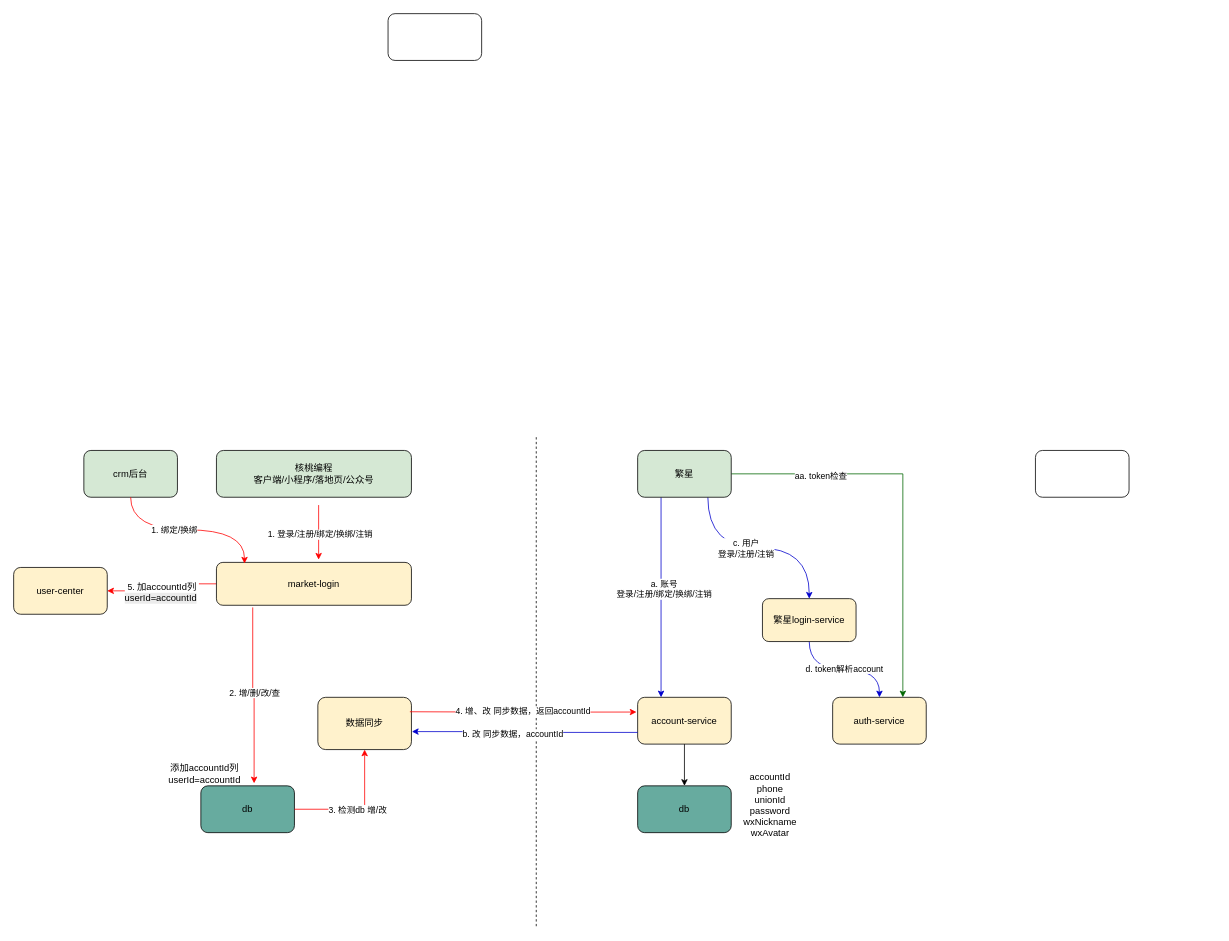
xiell2016/hetaoDesign keeps this draw.io diagram as 账号重构.drawio. Above is the earlier version. Source tidied: cells renumbered, new cells numbered last; positions are measured from the earlier drawing's top-left corner, leaving out a move shared by most shapes. Both pictures are drawn from the tidied source at 78%, with x=0, y=0 at pixel (13, 13).
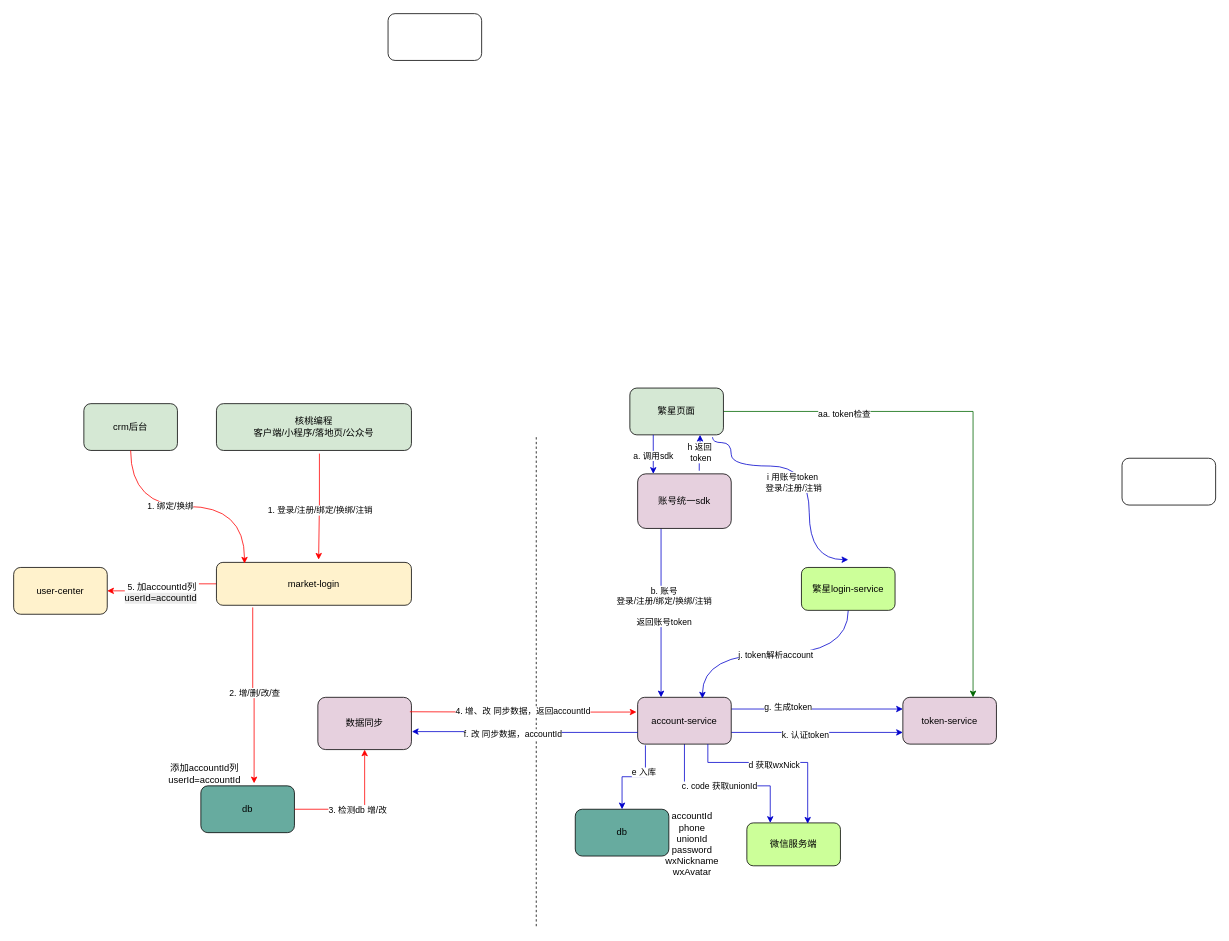
Above is the later version.

Commit message:
更新账号重构.drawio

Unchanged cells that the change refers to:
```xml
<mxCell id="36" style="edgeStyle=orthogonalEdgeStyle;rounded=0;jettySize=auto;html=1;exitX=0;exitY=0.75;exitDx=0;exitDy=0;entryX=1.005;entryY=0.656;entryDx=0;entryDy=0;entryPerimeter=0;strokeColor=#0000CC;" parent="1" edge="1" source="20" target="21">
  <mxGeometry relative="1" as="geometry" />
</mxCell>
```

Change to the diagram source:
```diff
@@
-    <mxCell id="4" style="edgeStyle=orthogonalEdgeStyle;rounded=0;orthogonalLoop=1;jettySize=auto;html=1;fillColor=#FF0000;strokeColor=#FF0000;" parent="1" edge="1">
+    <mxCell id="4" style="edgeStyle=orthogonalEdgeStyle;rounded=0;jettySize=auto;html=1;fillColor=#FF0000;strokeColor=#FF0000;exitX=0.528;exitY=1.067;exitDx=0;exitDy=0;exitPerimeter=0;" parent="1" edge="1" source="6">
       <mxGeometry relative="1" as="geometry">
-        <mxPoint x="391" y="630" as="sourcePoint" />
         <mxPoint x="391" y="700" as="targetPoint" />
       </mxGeometry>
     </mxCell>
@@
     <mxCell id="6" value="&lt;div&gt;核桃编程&lt;/div&gt;客户端/小程序/落地页/公众号" style="rounded=1;whiteSpace=wrap;html=1;fillColor=#D5E8D4;" parent="1" vertex="1">
-      <mxGeometry x="260" y="560" width="250" height="60" as="geometry" />
+      <mxGeometry x="260" y="500" width="250" height="60" as="geometry" />
     </mxCell>
@@
     <mxCell id="8" value="db" style="rounded=1;whiteSpace=wrap;html=1;fillColor=#67AB9F;" parent="1" vertex="1">
-      <mxGeometry x="800" y="990" width="120" height="60" as="geometry" />
+      <mxGeometry x="720" y="1020" width="120" height="60" as="geometry" />
     </mxCell>
-    <mxCell id="9" style="edgeStyle=orthogonalEdgeStyle;rounded=0;jettySize=auto;html=1;exitX=0.25;exitY=1;exitDx=0;exitDy=0;entryX=0.25;entryY=0;entryDx=0;entryDy=0;strokeColor=#0000CC;" parent="1" edge="1" source="15" target="20">
+    <mxCell id="9" style="edgeStyle=orthogonalEdgeStyle;rounded=0;jettySize=auto;html=1;entryX=0.25;entryY=0;entryDx=0;entryDy=0;strokeColor=#0000CC;exitX=0.25;exitY=1;exitDx=0;exitDy=0;" parent="1" edge="1" source="15" target="20">
       <mxGeometry relative="1" as="geometry" />
     </mxCell>
-    <mxCell id="10" value="a. 账号&lt;div&gt;登录/注册/绑定/换绑/注销&lt;/div&gt;" style="edgeLabel;html=1;align=center;verticalAlign=middle;" parent="9" vertex="1">
+    <mxCell id="10" value="b. 账号&lt;div&gt;登录/注册/绑定/换绑/注销&lt;/div&gt;&lt;div&gt;&lt;br&gt;&lt;/div&gt;&lt;div&gt;返回账号token&lt;/div&gt;" style="edgeLabel;html=1;align=center;verticalAlign=middle;" parent="9" vertex="1">
       <mxGeometry x="-0.09" y="3" relative="1" as="geometry" />
     </mxCell>
-    <mxCell id="11" style="edgeStyle=orthogonalEdgeStyle;rounded=0;jettySize=auto;html=1;exitX=0.75;exitY=1;exitDx=0;exitDy=0;entryX=0.5;entryY=0;entryDx=0;entryDy=0;curved=1;strokeColor=#0000CC;" parent="1" edge="1" source="15" target="29">
-      <mxGeometry relative="1" as="geometry" />
+    <mxCell id="11" style="edgeStyle=orthogonalEdgeStyle;rounded=0;jettySize=auto;html=1;curved=1;strokeColor=#0000CC;exitX=0.883;exitY=1.05;exitDx=0;exitDy=0;exitPerimeter=0;" parent="1" edge="1" source="48">
+      <mxGeometry relative="1" as="geometry">
+        <mxPoint x="1070" y="700" as="targetPoint" />
+        <Array as="points">
+          <mxPoint x="896" y="550" />
+          <mxPoint x="920" y="550" />
+          <mxPoint x="920" y="580" />
+          <mxPoint x="1020" y="580" />
+        </Array>
+      </mxGeometry>
     </mxCell>
-    <mxCell id="12" value="c. 用户&lt;div&gt;登录/注册/注销&lt;/div&gt;" style="edgeLabel;html=1;align=center;verticalAlign=middle;" parent="11" vertex="1">
-      <mxGeometry x="-0.13" relative="1" as="geometry" />
-    </mxCell>
+    <mxCell id="40" value="i 用账号token&amp;nbsp;&lt;br&gt;&lt;div&gt;登录/注册/注销&lt;/div&gt;" style="edgeLabel;html=1;align=center;verticalAlign=middle;" parent="11" vertex="1">
+      <mxGeometry x="0.1" y="-21" relative="1" as="geometry" />
+    </mxCell>
-    <mxCell id="13" style="edgeStyle=orthogonalEdgeStyle;rounded=0;jettySize=auto;html=1;exitX=1;exitY=0.5;exitDx=0;exitDy=0;entryX=0.75;entryY=0;entryDx=0;entryDy=0;strokeColor=#006600;" parent="1" edge="1" source="15" target="35">
+    <mxCell id="13" style="edgeStyle=orthogonalEdgeStyle;rounded=0;jettySize=auto;html=1;exitX=1;exitY=0.5;exitDx=0;exitDy=0;entryX=0.75;entryY=0;entryDx=0;entryDy=0;strokeColor=#006600;" parent="1" edge="1" source="48" target="35">
       <mxGeometry relative="1" as="geometry" />
     </mxCell>
@@
-    <mxCell id="15" value="繁星" style="rounded=1;whiteSpace=wrap;html=1;fillColor=#D5E8D4;" parent="1" vertex="1">
-      <mxGeometry x="800" y="560" width="120" height="60" as="geometry" />
-    </mxCell>
@@
-    <mxCell id="19" style="edgeStyle=orthogonalEdgeStyle;rounded=0;jettySize=auto;html=1;exitX=0.5;exitY=1;exitDx=0;exitDy=0;entryX=0.5;entryY=0;entryDx=0;entryDy=0;" parent="1" edge="1" source="20" target="8">
+    <mxCell id="19" style="edgeStyle=orthogonalEdgeStyle;rounded=0;jettySize=auto;html=1;exitX=0.083;exitY=1.025;exitDx=0;exitDy=0;entryX=0.5;entryY=0;entryDx=0;entryDy=0;exitPerimeter=0;strokeColor=#0000CC;" parent="1" edge="1" source="20" target="8">
       <mxGeometry relative="1" as="geometry" />
     </mxCell>
+    <mxCell id="41" value="e 入库" style="edgeLabel;html=1;align=center;verticalAlign=middle;" parent="19" vertex="1">
+      <mxGeometry x="-0.39" y="-2" relative="1" as="geometry" />
+    </mxCell>
+    <mxCell id="42" style="edgeStyle=orthogonalEdgeStyle;rounded=0;jettySize=auto;html=1;exitX=1;exitY=0.25;exitDx=0;exitDy=0;entryX=0;entryY=0.25;entryDx=0;entryDy=0;strokeColor=#0000CC;" parent="1" edge="1" source="20" target="35">
+      <mxGeometry relative="1" as="geometry" />
+    </mxCell>
+    <mxCell id="43" value="g. 生成token" style="edgeLabel;html=1;align=center;verticalAlign=middle;" parent="42" vertex="1">
+      <mxGeometry x="-0.35" y="4" relative="1" as="geometry">
+        <mxPoint y="1" as="offset" />
+      </mxGeometry>
+    </mxCell>
+    <mxCell id="44" style="edgeStyle=orthogonalEdgeStyle;rounded=0;jettySize=auto;html=1;exitX=1;exitY=0.75;exitDx=0;exitDy=0;entryX=0;entryY=0.75;entryDx=0;entryDy=0;strokeColor=#0000CC;" parent="1" edge="1" source="20" target="35">
+      <mxGeometry relative="1" as="geometry" />
+    </mxCell>
+    <mxCell id="45" value="k. 认证token" style="edgeLabel;html=1;align=center;verticalAlign=middle;" parent="44" vertex="1">
+      <mxGeometry x="-0.15" y="-2" relative="1" as="geometry">
+        <mxPoint y="1" as="offset" />
+      </mxGeometry>
+    </mxCell>
+    <mxCell id="46" style="edgeStyle=orthogonalEdgeStyle;rounded=0;jettySize=auto;html=1;exitX=0.5;exitY=1;exitDx=0;exitDy=0;entryX=0.25;entryY=0;entryDx=0;entryDy=0;strokeColor=#0000CC;" parent="1" edge="1" source="20" target="53">
+      <mxGeometry relative="1" as="geometry">
+        <Array as="points">
+          <mxPoint x="860" y="990" />
+          <mxPoint x="970" y="990" />
+        </Array>
+      </mxGeometry>
+    </mxCell>
+    <mxCell id="47" value="c. code 获取unionId" style="edgeLabel;html=1;align=center;verticalAlign=middle;" parent="46" vertex="1">
+      <mxGeometry x="-0.07" relative="1" as="geometry" />
+    </mxCell>
-    <mxCell id="20" value="account-service" style="rounded=1;whiteSpace=wrap;html=1;fillColor=#FFF2CC;" parent="1" vertex="1">
+    <mxCell id="20" value="account-service" style="rounded=1;whiteSpace=wrap;html=1;fillColor=#E6D0DE;" parent="1" vertex="1">
       <mxGeometry x="800" y="876.5" width="120" height="60" as="geometry" />
     </mxCell>
-    <mxCell id="21" value="数据同步" style="rounded=1;whiteSpace=wrap;html=1;fillColor=#FFF2CC;" parent="1" vertex="1">
+    <mxCell id="21" value="数据同步" style="rounded=1;whiteSpace=wrap;html=1;fillColor=#E6D0DE;" parent="1" vertex="1">
       <mxGeometry x="390" y="876.5" width="120" height="67" as="geometry" />
     </mxCell>
@@
-    <mxCell id="27" style="edgeStyle=orthogonalEdgeStyle;rounded=0;jettySize=auto;html=1;curved=1;exitX=0.5;exitY=1;exitDx=0;exitDy=0;strokeColor=#0000CC;" parent="1" edge="1" source="29" target="35">
+    <mxCell id="27" style="edgeStyle=orthogonalEdgeStyle;rounded=0;jettySize=auto;html=1;curved=1;exitX=0.5;exitY=1;exitDx=0;exitDy=0;strokeColor=#0000CC;entryX=0.692;entryY=0.025;entryDx=0;entryDy=0;entryPerimeter=0;" parent="1" edge="1" source="29" target="20">
       <mxGeometry relative="1" as="geometry" />
     </mxCell>
-    <mxCell id="28" value="d. token解析account" style="edgeLabel;html=1;align=center;verticalAlign=middle;" parent="27" vertex="1">
+    <mxCell id="28" value="j. token解析account" style="edgeLabel;html=1;align=center;verticalAlign=middle;" parent="27" vertex="1">
       <mxGeometry x="-0.01" y="1" relative="1" as="geometry" />
     </mxCell>
-    <mxCell id="29" value="繁星login-service" style="rounded=1;whiteSpace=wrap;html=1;fillColor=#FFF2CC;" parent="1" vertex="1">
-      <mxGeometry x="960" y="750" width="120" height="55" as="geometry" />
+    <mxCell id="29" value="繁星login-service" style="rounded=1;whiteSpace=wrap;html=1;fillColor=#CCFF99;" parent="1" vertex="1">
+      <mxGeometry x="1010" y="710" width="120" height="55" as="geometry" />
     </mxCell>
@@
     <mxCell id="31" style="rounded=1;whiteSpace=wrap;html=1;" parent="1" vertex="1">
-      <mxGeometry x="1310" y="560" width="120" height="60" as="geometry" />
+      <mxGeometry x="1421" y="570" width="120" height="60" as="geometry" />
     </mxCell>
     <mxCell id="32" value="crm后台" style="rounded=1;whiteSpace=wrap;html=1;fillColor=#D5E8D4;" parent="1" vertex="1">
-      <mxGeometry x="90" y="560" width="120" height="60" as="geometry" />
+      <mxGeometry x="90" y="500" width="120" height="60" as="geometry" />
     </mxCell>
@@
-    <mxCell id="35" value="auth-service" style="rounded=1;whiteSpace=wrap;html=1;fillColor=#FFF2CC;" parent="1" vertex="1">
-      <mxGeometry x="1050" y="876.5" width="120" height="60" as="geometry" />
+    <mxCell id="35" value="token-service" style="rounded=1;whiteSpace=wrap;html=1;fillColor=#E6D0DE;" parent="1" vertex="1">
+      <mxGeometry x="1140" y="876.5" width="120" height="60" as="geometry" />
     </mxCell>
@@
-    <mxCell id="37" value="b. 改 同步数据，accountId" style="edgeLabel;html=1;align=center;verticalAlign=middle;" parent="36" vertex="1">
+    <mxCell id="37" value="f. 改 同步数据，accountId" style="edgeLabel;html=1;align=center;verticalAlign=middle;" parent="36" vertex="1">
       <mxGeometry x="0.11" y="3" relative="1" as="geometry" />
     </mxCell>
@@
     <mxCell id="39" value="accountId&lt;div&gt;phone&lt;/div&gt;&lt;div&gt;unionId&lt;/div&gt;&lt;div&gt;password&lt;/div&gt;&lt;div&gt;wxNickname&lt;br&gt;wxAvatar&lt;/div&gt;" style="text;html=1;align=center;verticalAlign=middle;whiteSpace=wrap;rounded=0;" parent="1" vertex="1">
-      <mxGeometry x="940" y="1000" width="60" height="30" as="geometry" />
+      <mxGeometry x="840" y="1050" width="60" height="30" as="geometry" />
     </mxCell>
+    <mxCell id="48" value="繁星页面" style="rounded=1;whiteSpace=wrap;html=1;fillColor=#D5E8D4;" parent="1" vertex="1">
+      <mxGeometry x="790" y="480" width="120" height="60" as="geometry" />
+    </mxCell>
+    <mxCell id="49" style="edgeStyle=orthogonalEdgeStyle;rounded=0;jettySize=auto;html=1;exitX=0.658;exitY=-0.057;exitDx=0;exitDy=0;entryX=0.75;entryY=1;entryDx=0;entryDy=0;exitPerimeter=0;strokeColor=#0000CC;" parent="1" edge="1" source="15" target="48">
+      <mxGeometry relative="1" as="geometry" />
+    </mxCell>
+    <mxCell id="50" value="h 返回&amp;nbsp;&lt;div&gt;token&lt;/div&gt;" style="edgeLabel;html=1;align=center;verticalAlign=middle;" parent="49" vertex="1">
+      <mxGeometry x="0.08" relative="1" as="geometry" />
+    </mxCell>
+    <mxCell id="15" value="账号统一sdk" style="rounded=1;whiteSpace=wrap;html=1;fillColor=#E6D0DE;" parent="1" vertex="1">
+      <mxGeometry x="800" y="590" width="120" height="70" as="geometry" />
+    </mxCell>
+    <mxCell id="51" style="edgeStyle=orthogonalEdgeStyle;rounded=0;jettySize=auto;html=1;exitX=0.25;exitY=1;exitDx=0;exitDy=0;entryX=0.167;entryY=0;entryDx=0;entryDy=0;entryPerimeter=0;strokeColor=#0000CC;" parent="1" edge="1" source="48" target="15">
+      <mxGeometry relative="1" as="geometry" />
+    </mxCell>
+    <mxCell id="52" value="a. 调用sdk" style="edgeLabel;html=1;align=center;verticalAlign=middle;" parent="51" vertex="1">
+      <mxGeometry x="0.03" y="-1" relative="1" as="geometry" />
+    </mxCell>
+    <mxCell id="53" value="微信服务端" style="rounded=1;whiteSpace=wrap;html=1;fillColor=#CCFF99;" parent="1" vertex="1">
+      <mxGeometry x="940" y="1037.5" width="120" height="55" as="geometry" />
+    </mxCell>
+    <mxCell id="54" style="edgeStyle=orthogonalEdgeStyle;rounded=0;jettySize=auto;html=1;exitX=0.75;exitY=1;exitDx=0;exitDy=0;entryX=0.65;entryY=0.018;entryDx=0;entryDy=0;entryPerimeter=0;strokeColor=#0000CC;" parent="1" edge="1" source="20" target="53">
+      <mxGeometry relative="1" as="geometry">
+        <Array as="points">
+          <mxPoint x="890" y="960" />
+          <mxPoint x="1018" y="960" />
+          <mxPoint x="1018" y="1039" />
+        </Array>
+      </mxGeometry>
+    </mxCell>
+    <mxCell id="55" value="d 获取wxNick" style="edgeLabel;html=1;align=center;verticalAlign=middle;" parent="54" vertex="1">
+      <mxGeometry x="-0.06" y="-3" relative="1" as="geometry" />
+    </mxCell>
```
